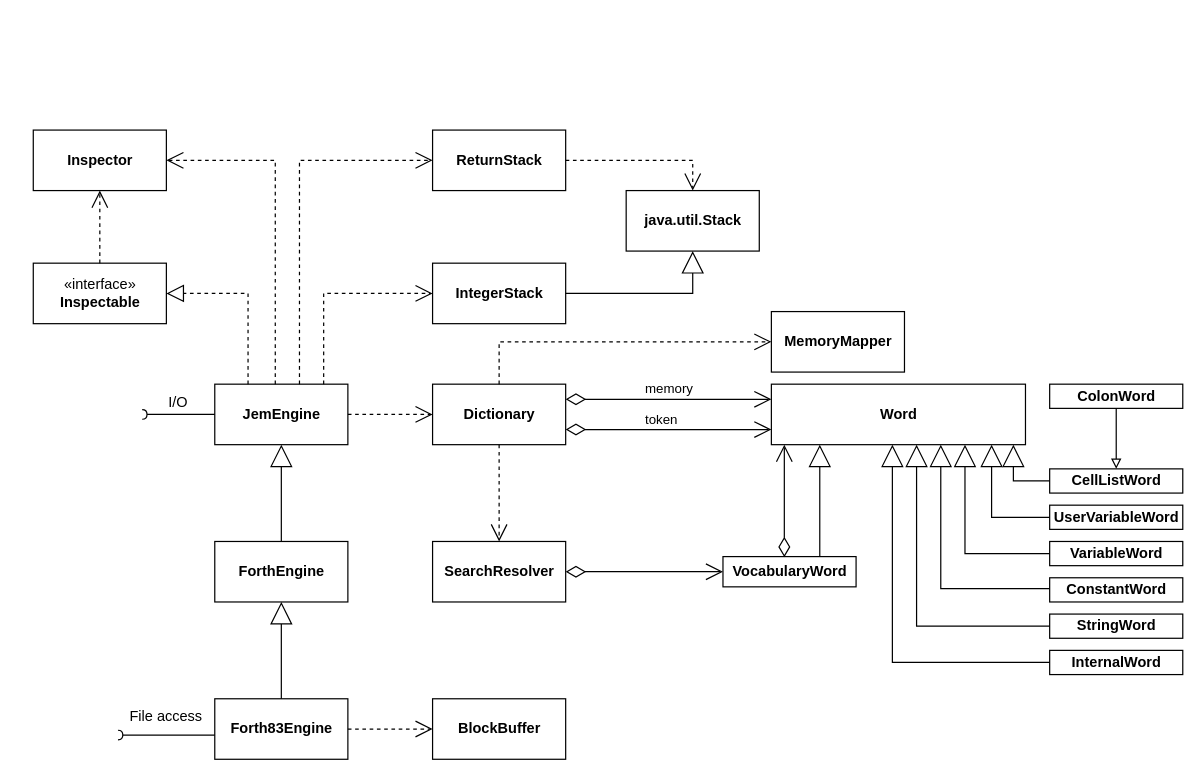
Above: src/doc/engineModel.drawio in mletkin/jemForth (draw.io), before the change. Source tidied: cells renumbered, new cells numbered last; positions are measured from the earlier drawing's top-left corner, leaving out a move shared by most shapes. Both pictures are drawn from the tidied source at 121%, with x=0, y=0 at pixel (33, 129).
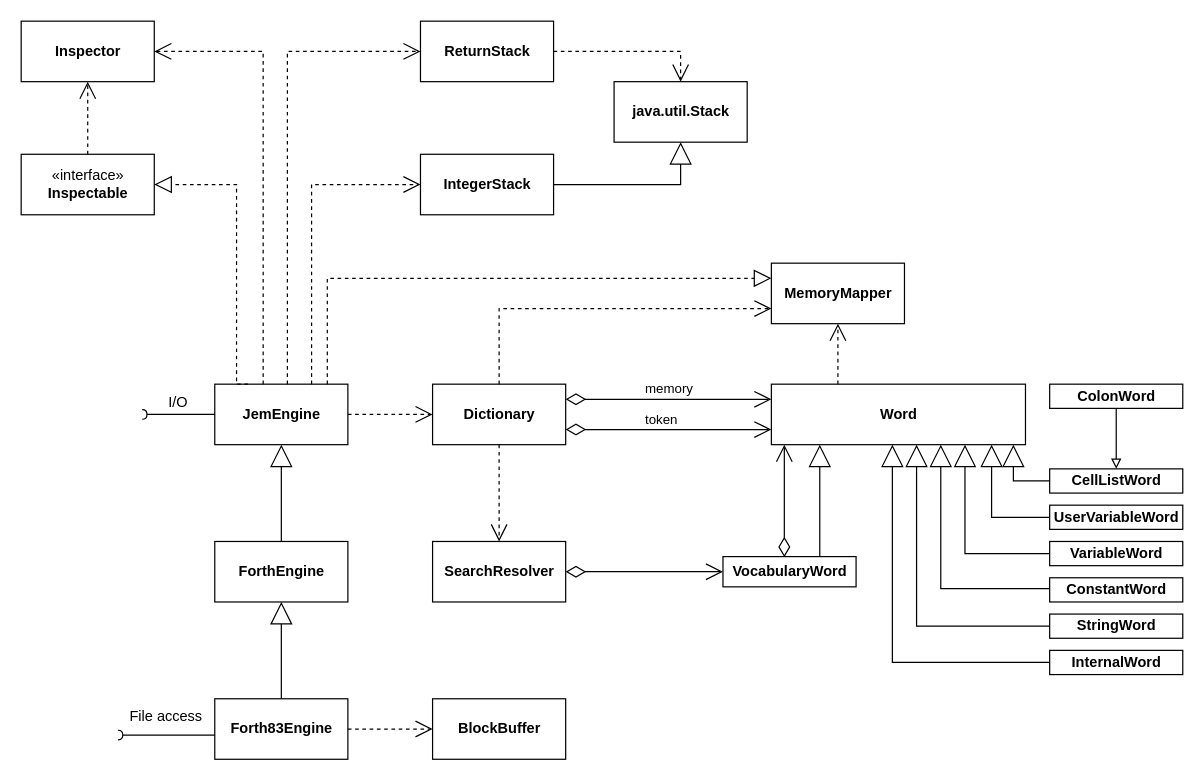
Above is the later version.

Commit message (it also covers changes not shown here):
updated diagrams, updated pom

Unchanged cells that the change refers to:
```xml
<mxCell id="2" value="&lt;b&gt;Dictionary&lt;/b&gt;" style="html=1;" parent="1" vertex="1">
  <mxGeometry x="330" y="210" width="110" height="50" as="geometry" />
</mxCell>
<mxCell id="3" value="&lt;b&gt;JemEngine&lt;/b&gt;" style="html=1;" parent="1" vertex="1">
  <mxGeometry x="150" y="210" width="110" height="50" as="geometry" />
</mxCell>
```

Change to the diagram source:
```diff
@@
     <mxCell id="8" value="&lt;b&gt;IntegerStack&lt;/b&gt;" style="html=1;" parent="1" vertex="1">
-      <mxGeometry x="330" y="110" width="110" height="50" as="geometry" />
+      <mxGeometry x="320" y="20" width="110" height="50" as="geometry" />
     </mxCell>
     <mxCell id="9" style="endArrow=open;endSize=12;dashed=1;html=1;rounded=0;edgeStyle=orthogonalEdgeStyle;entryX=0;entryY=0.5;entryDx=0;entryDy=0;" parent="1" edge="1" source="3" target="8">
       <mxGeometry x="0.21" y="10" relative="1" as="geometry">
         <Array as="points">
-          <mxPoint x="240" y="135" />
+          <mxPoint x="230" y="45" />
         </Array>
       </mxGeometry>
     </mxCell>
     <mxCell id="10" value="«interface»&lt;br&gt;&lt;b&gt;Inspectable&lt;/b&gt;" style="html=1;" parent="1" vertex="1">
-      <mxGeometry y="110" width="110" height="50" as="geometry" />
+      <mxGeometry x="-10" y="20" width="110" height="50" as="geometry" />
     </mxCell>
     <mxCell id="11" style="endArrow=block;dashed=1;endFill=0;endSize=12;html=1;rounded=0;exitX=0.25;exitY=0;exitDx=0;exitDy=0;entryX=1;entryY=0.5;entryDx=0;entryDy=0;edgeStyle=orthogonalEdgeStyle;" parent="1" edge="1" source="3" target="10">
       <mxGeometry relative="1" as="geometry">
         <Array as="points">
-          <mxPoint x="178" y="135" />
+          <mxPoint x="168" y="45" />
         </Array>
       </mxGeometry>
     </mxCell>
@@
     <mxCell id="19" value="&lt;b&gt;MemoryMapper&lt;/b&gt;" style="html=1;" parent="1" vertex="1">
-      <mxGeometry x="610" y="150" width="110" height="50" as="geometry" />
+      <mxGeometry x="610" y="110" width="110" height="50" as="geometry" />
     </mxCell>
@@
     <mxCell id="21" value="&lt;br&gt;" style="endArrow=open;endSize=12;dashed=1;html=1;rounded=0;edgeStyle=orthogonalEdgeStyle;" parent="1" edge="1" source="3" target="45">
       <mxGeometry x="0.32" y="14" relative="1" as="geometry">
         <Array as="points">
-          <mxPoint x="220" y="25" />
+          <mxPoint x="210" y="-65" />
         </Array>
       </mxGeometry>
     </mxCell>
@@
-    <mxCell id="40" style="endArrow=open;endSize=12;dashed=1;html=1;rounded=0;edgeStyle=orthogonalEdgeStyle;exitX=0.5;exitY=0;exitDx=0;exitDy=0;entryX=0;entryY=0.5;entryDx=0;entryDy=0;" parent="1" edge="1" source="2" target="19">
+    <mxCell id="40" style="endArrow=open;endSize=12;dashed=1;html=1;rounded=0;edgeStyle=orthogonalEdgeStyle;exitX=0.5;exitY=0;exitDx=0;exitDy=0;entryX=0;entryY=0.75;entryDx=0;entryDy=0;" parent="1" edge="1" source="2" target="19">
       <mxGeometry relative="1" as="geometry">
         <Array as="points">
-          <mxPoint x="385" y="175" />
+          <mxPoint x="385" y="148" />
         </Array>
       </mxGeometry>
     </mxCell>
@@
     <mxCell id="45" value="&lt;b&gt;ReturnStack&lt;/b&gt;" style="html=1;" parent="1" vertex="1">
-      <mxGeometry x="330" width="110" height="50" as="geometry" />
+      <mxGeometry x="320" y="-90" width="110" height="50" as="geometry" />
     </mxCell>
     <mxCell id="46" value="&lt;b&gt;java.util.Stack&lt;/b&gt;" style="html=1;" parent="1" vertex="1">
-      <mxGeometry x="490" y="50" width="110" height="50" as="geometry" />
+      <mxGeometry x="480" y="-40" width="110" height="50" as="geometry" />
     </mxCell>
     <mxCell id="47" value="&lt;br&gt;" style="endArrow=open;endSize=12;dashed=1;html=1;rounded=0;edgeStyle=orthogonalEdgeStyle;exitX=1;exitY=0.5;exitDx=0;exitDy=0;entryX=0.5;entryY=0;entryDx=0;entryDy=0;" parent="1" edge="1" source="45" target="46">
       <mxGeometry x="0.32" y="14" relative="1" as="geometry">
         <Array as="points">
-          <mxPoint x="545" y="25" />
+          <mxPoint x="535" y="-65" />
         </Array>
       </mxGeometry>
     </mxCell>
@@
     <mxCell id="49" value="&lt;b&gt;Inspector&lt;/b&gt;" style="html=1;" parent="1" vertex="1">
-      <mxGeometry width="110" height="50" as="geometry" />
+      <mxGeometry x="-10" y="-90" width="110" height="50" as="geometry" />
     </mxCell>
     <mxCell id="50" value="&lt;br&gt;" style="endArrow=open;endSize=12;dashed=1;html=1;rounded=0;edgeStyle=orthogonalEdgeStyle;entryX=1;entryY=0.5;entryDx=0;entryDy=0;" parent="1" edge="1" source="3" target="49">
       <mxGeometry x="0.32" y="14" relative="1" as="geometry">
         <Array as="points">
-          <mxPoint x="200" y="25" />
+          <mxPoint x="190" y="-65" />
         </Array>
       </mxGeometry>
     </mxCell>
     <mxCell id="51" value="&lt;br&gt;" style="endArrow=open;endSize=12;dashed=1;html=1;rounded=0;edgeStyle=orthogonalEdgeStyle;entryX=0.5;entryY=1;entryDx=0;entryDy=0;" parent="1" edge="1" source="10" target="49">
       <mxGeometry x="0.32" y="14" relative="1" as="geometry">
         <Array as="points">
-          <mxPoint x="55" y="90" />
-          <mxPoint x="55" y="90" />
+          <mxPoint x="45" />
+          <mxPoint x="45" />
         </Array>
       </mxGeometry>
     </mxCell>
+    <mxCell id="52" style="endArrow=block;endSize=12;dashed=1;html=1;rounded=0;edgeStyle=orthogonalEdgeStyle;entryX=0;entryY=0.25;entryDx=0;entryDy=0;endFill=0;" parent="1" edge="1" source="3" target="19">
+      <mxGeometry relative="1" as="geometry">
+        <Array as="points">
+          <mxPoint x="243" y="123" />
+        </Array>
+      </mxGeometry>
+    </mxCell>
+    <mxCell id="53" style="endArrow=open;endSize=12;dashed=1;html=1;rounded=0;edgeStyle=orthogonalEdgeStyle;" parent="1" edge="1" target="19">
+      <mxGeometry relative="1" as="geometry">
+        <mxPoint x="665" y="210" as="sourcePoint" />
+        <Array as="points">
+          <mxPoint x="665" y="210" />
+        </Array>
+      </mxGeometry>
+    </mxCell>
```
